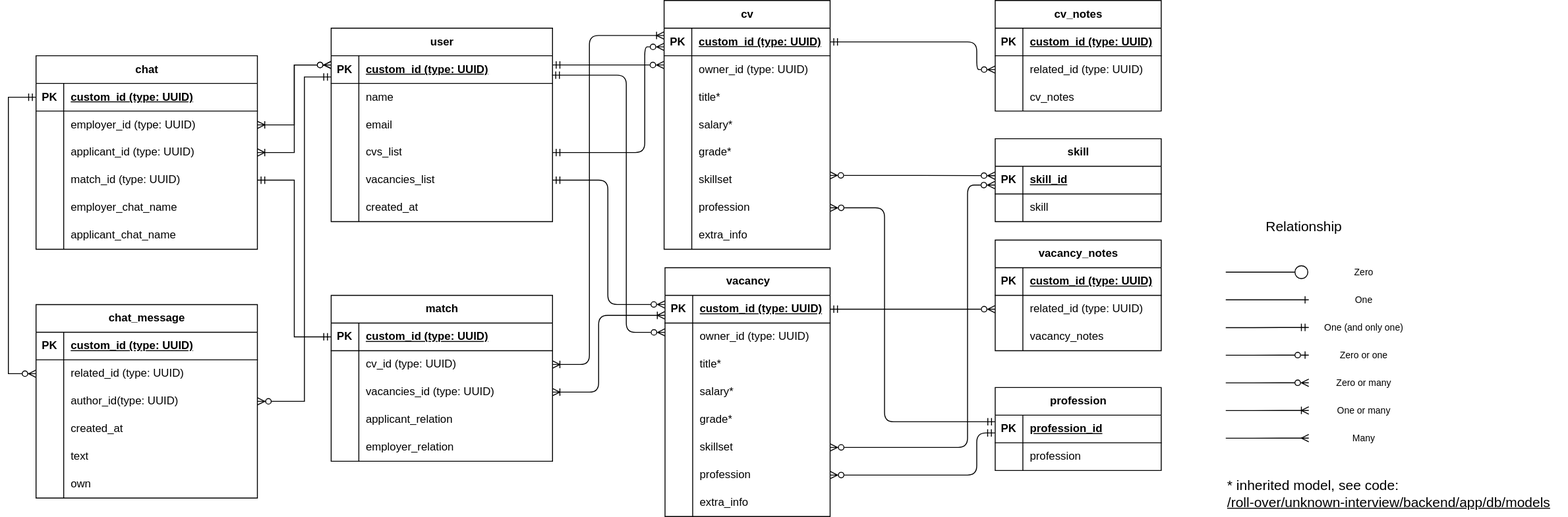
Before: backend/README/diagrams/schemadb.svg, a diagram exported from draw.io (roll-over/unknown-interview). Source tidied: cells renumbered, new cells last; positions are measured from the earlier drawing's top-left corner, leaving out a move shared by most shapes.
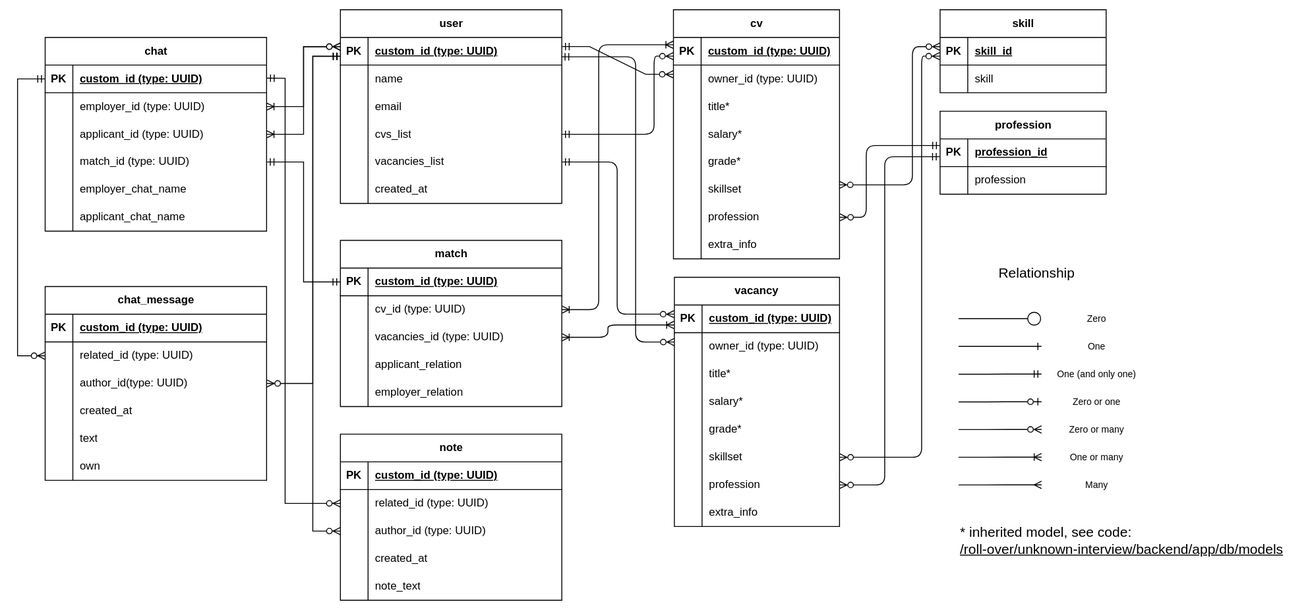
Above is the later version.

What changed in the source:
```diff
@@ -62,3 +62,3 @@
     <mxCell id="21" value="cv" style="shape=table;startSize=30;rowLines=0;fontStyle=1;align=center;html=1;" parent="1" vertex="1">
-      <mxGeometry x="711" width="180" height="270" as="geometry" />
+      <mxGeometry x="711" y="30" width="180" height="270" as="geometry" />
     </mxCell>
@@ -137,3 +137,3 @@
     <mxCell id="46" value="vacancy" style="shape=table;startSize=30;rowLines=0;fontStyle=1;align=center;html=1;" parent="1" vertex="1">
-      <mxGeometry x="712" y="290" width="179" height="270" as="geometry" />
+      <mxGeometry x="712" y="320" width="179" height="270" as="geometry" />
     </mxCell>
@@ -211,7 +211,7 @@
     </mxCell>
-    <mxCell id="71" value="cv_notes" style="shape=table;startSize=30;rowLines=0;fontStyle=1;align=center;html=1;" parent="1" vertex="1">
-      <mxGeometry x="1070" width="180" height="120" as="geometry" />
+    <mxCell id="71" value="note" style="shape=table;startSize=30;rowLines=0;fontStyle=1;align=center;html=1;" parent="1" vertex="1">
+      <mxGeometry x="350" y="490" width="240" height="180" as="geometry" />
     </mxCell>
     <mxCell id="72" style="shape=tableRow;horizontal=0;startSize=0;swimlaneHead=0;swimlaneBody=0;fillColor=none;top=0;left=0;right=0;bottom=1;" parent="71" vertex="1">
-      <mxGeometry y="30" width="180" height="30" as="geometry" />
+      <mxGeometry y="30" width="240" height="30" as="geometry" />
     </mxCell>
@@ -221,6 +221,6 @@
     <mxCell id="74" value="custom_id (type:&amp;nbsp;UUID)" style="shape=partialRectangle;fillColor=none;top=0;left=0;bottom=0;right=0;align=left;spacingLeft=6;fontStyle=5;overflow=hidden;whiteSpace=wrap;html=1;" parent="72" vertex="1">
-      <mxGeometry x="30" width="150" height="30" as="geometry" />
+      <mxGeometry x="30" width="210" height="30" as="geometry" />
     </mxCell>
     <mxCell id="75" style="shape=tableRow;horizontal=0;startSize=0;swimlaneHead=0;swimlaneBody=0;fillColor=none;points=[[0,0.5],[1,0.5]];portConstraint=eastwest;top=0;left=0;right=0;bottom=0;" parent="71" vertex="1">
-      <mxGeometry y="60" width="180" height="30" as="geometry" />
+      <mxGeometry y="60" width="240" height="30" as="geometry" />
     </mxCell>
@@ -230,6 +230,6 @@
     <mxCell id="77" value="related_id (type:&amp;nbsp;UUID)" style="shape=partialRectangle;fillColor=none;top=0;left=0;bottom=0;right=0;align=left;spacingLeft=6;overflow=hidden;whiteSpace=wrap;html=1;" parent="75" vertex="1">
-      <mxGeometry x="30" width="150" height="30" as="geometry" />
+      <mxGeometry x="30" width="210" height="30" as="geometry" />
     </mxCell>
     <mxCell id="78" style="shape=tableRow;horizontal=0;startSize=0;swimlaneHead=0;swimlaneBody=0;fillColor=none;points=[[0,0.5],[1,0.5]];portConstraint=eastwest;top=0;left=0;right=0;bottom=0;" parent="71" vertex="1">
-      <mxGeometry y="90" width="180" height="30" as="geometry" />
+      <mxGeometry y="90" width="240" height="30" as="geometry" />
     </mxCell>
@@ -238,7 +238,25 @@
     </mxCell>
-    <mxCell id="80" value="cv_notes" style="shape=partialRectangle;fillColor=none;top=0;left=0;bottom=0;right=0;align=left;spacingLeft=6;overflow=hidden;whiteSpace=wrap;html=1;" parent="78" vertex="1">
-      <mxGeometry x="30" width="150" height="30" as="geometry" />
+    <mxCell id="80" value="author_id (type: UUID)" style="shape=partialRectangle;fillColor=none;top=0;left=0;bottom=0;right=0;align=left;spacingLeft=6;overflow=hidden;whiteSpace=wrap;html=1;" parent="78" vertex="1">
+      <mxGeometry x="30" width="210" height="30" as="geometry" />
     </mxCell>
+    <mxCell id="193" style="shape=tableRow;horizontal=0;startSize=0;swimlaneHead=0;swimlaneBody=0;fillColor=none;top=0;left=0;right=0;bottom=0;" parent="71" vertex="1">
+      <mxGeometry y="120" width="240" height="30" as="geometry" />
+    </mxCell>
+    <mxCell id="194" style="shape=partialRectangle;fillColor=none;top=0;left=0;bottom=0;right=0;overflow=hidden;whiteSpace=wrap;html=1;" parent="193" vertex="1">
+      <mxGeometry width="30" height="30" as="geometry" />
+    </mxCell>
+    <mxCell id="195" value="created_at" style="shape=partialRectangle;fillColor=none;top=0;left=0;bottom=0;right=0;align=left;spacingLeft=6;overflow=hidden;whiteSpace=wrap;html=1;" parent="193" vertex="1">
+      <mxGeometry x="30" width="210" height="30" as="geometry" />
+    </mxCell>
+    <mxCell id="196" style="shape=tableRow;horizontal=0;startSize=0;swimlaneHead=0;swimlaneBody=0;fillColor=none;top=0;left=0;right=0;bottom=0;" parent="71" vertex="1">
+      <mxGeometry y="150" width="240" height="30" as="geometry" />
+    </mxCell>
+    <mxCell id="197" style="shape=partialRectangle;fillColor=none;top=0;left=0;bottom=0;right=0;overflow=hidden;whiteSpace=wrap;html=1;" parent="196" vertex="1">
+      <mxGeometry width="30" height="30" as="geometry" />
+    </mxCell>
+    <mxCell id="198" value="note_text" style="shape=partialRectangle;fillColor=none;top=0;left=0;bottom=0;right=0;align=left;spacingLeft=6;overflow=hidden;whiteSpace=wrap;html=1;" parent="196" vertex="1">
+      <mxGeometry x="30" width="210" height="30" as="geometry" />
+    </mxCell>
     <mxCell id="81" value="skill" style="shape=table;startSize=30;rowLines=0;fontStyle=1;align=center;html=1;" parent="1" vertex="1">
-      <mxGeometry x="1070" y="150" width="180" height="90" as="geometry" />
+      <mxGeometry x="1000" y="30" width="180" height="90" as="geometry" />
     </mxCell>
@@ -263,3 +281,3 @@
     <mxCell id="88" value="profession" style="shape=table;startSize=30;rowLines=0;fontStyle=1;align=center;html=1;" parent="1" vertex="1">
-      <mxGeometry x="1070" y="420" width="180" height="90" as="geometry" />
+      <mxGeometry x="1000" y="140" width="180" height="90" as="geometry" />
     </mxCell>
@@ -286,3 +304,3 @@
         <Array as="points">
-          <mxPoint x="1050" y="500" />
+          <mxPoint x="940" y="440" />
         </Array>
@@ -293,3 +311,3 @@
         <Array as="points">
-          <mxPoint x="950" y="365" />
+          <mxPoint x="920" y="180" />
         </Array>
@@ -300,3 +318,3 @@
         <Array as="points">
-          <mxPoint x="1040" y="420" />
+          <mxPoint x="980" y="370" />
         </Array>
@@ -305,46 +323,10 @@
     <mxCell id="98" style="edgeStyle=elbowEdgeStyle;fontSize=12;html=1;endArrow=ERzeroToMany;rounded=1;entryX=-0.001;entryY=0.336;entryDx=0;entryDy=0;entryPerimeter=0;exitX=0.998;exitY=0.328;exitDx=0;exitDy=0;endFill=0;startArrow=ERzeroToMany;startFill=0;exitPerimeter=0;" parent="1" edge="1" source="37" target="82">
-      <mxGeometry relative="1" as="geometry" />
+      <mxGeometry relative="1" as="geometry">
+        <Array as="points">
+          <mxPoint x="970" y="230" />
+        </Array>
+      </mxGeometry>
     </mxCell>
-    <mxCell id="99" style="fontSize=12;html=1;endArrow=ERzeroToMany;rounded=1;exitX=1;exitY=0.5;exitDx=0;exitDy=0;startArrow=ERmandOne;startFill=0;endFill=0;edgeStyle=elbowEdgeStyle;entryX=0;entryY=0.5;entryDx=0;entryDy=0;" parent="1" edge="1" source="22" target="75">
-      <mxGeometry relative="1" as="geometry">
-        <Array as="points">
-          <mxPoint x="1050" y="50" />
-        </Array>
-      </mxGeometry>
-    </mxCell>
-    <mxCell id="100" value="vacancy_notes" style="shape=table;startSize=30;rowLines=0;fontStyle=1;align=center;html=1;" parent="1" vertex="1">
-      <mxGeometry x="1070" y="260" width="180" height="120" as="geometry" />
-    </mxCell>
-    <mxCell id="101" style="shape=tableRow;horizontal=0;startSize=0;swimlaneHead=0;swimlaneBody=0;fillColor=none;top=0;left=0;right=0;bottom=1;" parent="100" vertex="1">
-      <mxGeometry y="30" width="180" height="30" as="geometry" />
-    </mxCell>
-    <mxCell id="102" value="PK" style="shape=partialRectangle;fillColor=none;top=0;left=0;bottom=0;right=0;fontStyle=1;overflow=hidden;whiteSpace=wrap;html=1;" parent="101" vertex="1">
-      <mxGeometry width="30" height="30" as="geometry" />
-    </mxCell>
-    <mxCell id="103" value="custom_id (type:&amp;nbsp;UUID)" style="shape=partialRectangle;fillColor=none;top=0;left=0;bottom=0;right=0;align=left;spacingLeft=6;fontStyle=5;overflow=hidden;whiteSpace=wrap;html=1;" parent="101" vertex="1">
-      <mxGeometry x="30" width="150" height="30" as="geometry" />
-    </mxCell>
-    <mxCell id="104" style="shape=tableRow;horizontal=0;startSize=0;swimlaneHead=0;swimlaneBody=0;fillColor=none;points=[[0,0.5],[1,0.5]];portConstraint=eastwest;top=0;left=0;right=0;bottom=0;" parent="100" vertex="1">
-      <mxGeometry y="60" width="180" height="30" as="geometry" />
-    </mxCell>
-    <mxCell id="105" style="shape=partialRectangle;fillColor=none;top=0;left=0;bottom=0;right=0;overflow=hidden;whiteSpace=wrap;html=1;" parent="104" vertex="1">
-      <mxGeometry width="30" height="30" as="geometry" />
-    </mxCell>
-    <mxCell id="106" value="related_id (type:&amp;nbsp;UUID)" style="shape=partialRectangle;fillColor=none;top=0;left=0;bottom=0;right=0;align=left;spacingLeft=6;overflow=hidden;whiteSpace=wrap;html=1;" parent="104" vertex="1">
-      <mxGeometry x="30" width="150" height="30" as="geometry" />
-    </mxCell>
-    <mxCell id="107" style="shape=tableRow;horizontal=0;startSize=0;swimlaneHead=0;swimlaneBody=0;fillColor=none;top=0;left=0;right=0;bottom=0;" parent="100" vertex="1">
-      <mxGeometry y="90" width="180" height="30" as="geometry" />
-    </mxCell>
-    <mxCell id="108" style="shape=partialRectangle;fillColor=none;top=0;left=0;bottom=0;right=0;overflow=hidden;whiteSpace=wrap;html=1;" parent="107" vertex="1">
-      <mxGeometry width="30" height="30" as="geometry" />
-    </mxCell>
-    <mxCell id="109" value="vacancy_notes" style="shape=partialRectangle;fillColor=none;top=0;left=0;bottom=0;right=0;align=left;spacingLeft=6;overflow=hidden;whiteSpace=wrap;html=1;" parent="107" vertex="1">
-      <mxGeometry x="30" width="150" height="30" as="geometry" />
-    </mxCell>
-    <mxCell id="110" style="fontSize=12;html=1;endArrow=ERzeroToMany;rounded=1;startArrow=ERmandOne;startFill=0;endFill=0;edgeStyle=elbowEdgeStyle;entryX=0;entryY=0.5;entryDx=0;entryDy=0;exitX=1;exitY=0.5;exitDx=0;exitDy=0;" parent="1" edge="1" source="47" target="104">
-      <mxGeometry relative="1" as="geometry" />
-    </mxCell>
     <mxCell id="111" value="match" style="shape=table;startSize=30;rowLines=0;fontStyle=1;align=center;html=1;" parent="1" vertex="1">
-      <mxGeometry x="350" y="320" width="240" height="180" as="geometry" />
+      <mxGeometry x="350" y="280" width="240" height="180" as="geometry" />
     </mxCell>
@@ -411,4 +393,4 @@
       <mxGeometry relative="1" as="geometry">
-        <mxPoint x="1320" y="294.8" as="sourcePoint" />
-        <mxPoint x="1410" y="294.8" as="targetPoint" />
+        <mxPoint x="1020" y="364.8" as="sourcePoint" />
+        <mxPoint x="1110" y="364.8" as="targetPoint" />
       </mxGeometry>
@@ -416,3 +398,3 @@
     <mxCell id="130" value="Zero" style="text;html=1;strokeColor=none;fillColor=none;align=center;verticalAlign=middle;whiteSpace=wrap;rounded=0;fontSize=10;" parent="1" vertex="1">
-      <mxGeometry x="1410" y="280" width="120" height="30" as="geometry" />
+      <mxGeometry x="1110" y="350" width="120" height="30" as="geometry" />
     </mxCell>
@@ -420,4 +402,4 @@
       <mxGeometry relative="1" as="geometry">
-        <mxPoint x="1320" y="475" as="sourcePoint" />
-        <mxPoint x="1410" y="474.9" as="targetPoint" />
+        <mxPoint x="1020" y="545" as="sourcePoint" />
+        <mxPoint x="1110" y="544.9" as="targetPoint" />
       </mxGeometry>
@@ -426,4 +408,4 @@
       <mxGeometry relative="1" as="geometry">
-        <mxPoint x="1320" y="355" as="sourcePoint" />
-        <mxPoint x="1410" y="354.8" as="targetPoint" />
+        <mxPoint x="1020" y="425" as="sourcePoint" />
+        <mxPoint x="1110" y="424.8" as="targetPoint" />
       </mxGeometry>
@@ -431,3 +413,3 @@
     <mxCell id="133" value="One (and only one)" style="text;html=1;strokeColor=none;fillColor=none;align=center;verticalAlign=middle;whiteSpace=wrap;rounded=0;fontSize=10;" parent="1" vertex="1">
-      <mxGeometry x="1415" y="340" width="110" height="30" as="geometry" />
+      <mxGeometry x="1115" y="410" width="110" height="30" as="geometry" />
     </mxCell>
@@ -435,4 +417,4 @@
       <mxGeometry relative="1" as="geometry">
-        <mxPoint x="1320" y="324.8" as="sourcePoint" />
-        <mxPoint x="1410" y="324.8" as="targetPoint" />
+        <mxPoint x="1020" y="394.8" as="sourcePoint" />
+        <mxPoint x="1110" y="394.8" as="targetPoint" />
       </mxGeometry>
@@ -440,3 +422,3 @@
     <mxCell id="135" value="One" style="text;html=1;strokeColor=none;fillColor=none;align=center;verticalAlign=middle;whiteSpace=wrap;rounded=0;fontSize=10;" parent="1" vertex="1">
-      <mxGeometry x="1410" y="310" width="120" height="30" as="geometry" />
+      <mxGeometry x="1110" y="380" width="120" height="30" as="geometry" />
     </mxCell>
@@ -444,4 +426,4 @@
       <mxGeometry relative="1" as="geometry">
-        <mxPoint x="1320" y="445" as="sourcePoint" />
-        <mxPoint x="1410" y="444.9" as="targetPoint" />
+        <mxPoint x="1020" y="515" as="sourcePoint" />
+        <mxPoint x="1110" y="514.9" as="targetPoint" />
       </mxGeometry>
@@ -449,12 +431,12 @@
     <mxCell id="137" value="* inherited model, see code:&amp;nbsp;&lt;br&gt;&lt;u&gt;/roll-over/unknown-interview/backend/app/db/models&lt;/u&gt;" style="text;html=1;strokeColor=none;fillColor=none;align=left;verticalAlign=middle;whiteSpace=wrap;rounded=0;fontSize=15;" parent="1" vertex="1">
-      <mxGeometry x="1320" y="510" width="370" height="50" as="geometry" />
+      <mxGeometry x="1020" y="580" width="370" height="50" as="geometry" />
     </mxCell>
     <mxCell id="138" value="Relationship" style="text;html=1;strokeColor=none;fillColor=none;align=center;verticalAlign=middle;whiteSpace=wrap;rounded=0;fontSize=15;" parent="1" vertex="1">
-      <mxGeometry x="1375" y="230" width="60" height="30" as="geometry" />
+      <mxGeometry x="1075" y="300" width="60" height="30" as="geometry" />
     </mxCell>
     <mxCell id="139" value="Many" style="text;html=1;strokeColor=none;fillColor=none;align=center;verticalAlign=middle;whiteSpace=wrap;rounded=0;fontSize=10;" parent="1" vertex="1">
-      <mxGeometry x="1410" y="460" width="120" height="30" as="geometry" />
+      <mxGeometry x="1110" y="530" width="120" height="30" as="geometry" />
     </mxCell>
     <mxCell id="140" value="One or many" style="text;html=1;strokeColor=none;fillColor=none;align=center;verticalAlign=middle;whiteSpace=wrap;rounded=0;fontSize=10;" parent="1" vertex="1">
-      <mxGeometry x="1410" y="430" width="120" height="30" as="geometry" />
+      <mxGeometry x="1110" y="500" width="120" height="30" as="geometry" />
     </mxCell>
@@ -478,2 +460,8 @@
         <mxPoint x="590" y="70" as="sourcePoint" />
+        <Array as="points">
+          <mxPoint x="630" y="70" />
+          <mxPoint x="630" y="90" />
+          <mxPoint x="670" y="100" />
+          <mxPoint x="630" y="90" />
+        </Array>
       </mxGeometry>
@@ -489,3 +477,3 @@
     <mxCell id="145" value="Zero or many" style="text;html=1;strokeColor=none;fillColor=none;align=center;verticalAlign=middle;whiteSpace=wrap;rounded=0;fontSize=10;" parent="1" vertex="1">
-      <mxGeometry x="1410" y="400" width="120" height="30" as="geometry" />
+      <mxGeometry x="1110" y="470" width="120" height="30" as="geometry" />
     </mxCell>
@@ -493,4 +481,4 @@
       <mxGeometry relative="1" as="geometry">
-        <mxPoint x="1320" y="415" as="sourcePoint" />
-        <mxPoint x="1410" y="414.8" as="targetPoint" />
+        <mxPoint x="1020" y="485" as="sourcePoint" />
+        <mxPoint x="1110" y="484.8" as="targetPoint" />
       </mxGeometry>
@@ -499,4 +487,4 @@
       <mxGeometry relative="1" as="geometry">
-        <mxPoint x="1320" y="385" as="sourcePoint" />
-        <mxPoint x="1410" y="384.8" as="targetPoint" />
+        <mxPoint x="1020" y="455" as="sourcePoint" />
+        <mxPoint x="1110" y="454.8" as="targetPoint" />
       </mxGeometry>
@@ -504,3 +492,3 @@
     <mxCell id="148" value="Zero or one" style="text;html=1;strokeColor=none;fillColor=none;align=center;verticalAlign=middle;whiteSpace=wrap;rounded=0;fontSize=10;" parent="1" vertex="1">
-      <mxGeometry x="1415" y="370" width="110" height="30" as="geometry" />
+      <mxGeometry x="1115" y="440" width="110" height="30" as="geometry" />
     </mxCell>
@@ -654,7 +642,7 @@
     </mxCell>
-    <mxCell id="192" style="edgeStyle=orthogonalEdgeStyle;fontSize=12;html=1;endArrow=ERzeroToMany;startArrow=ERmandOne;rounded=0;entryX=1;entryY=0.5;entryDx=0;entryDy=0;" parent="1" edge="1" source="3" target="168">
+    <mxCell id="192" style="edgeStyle=orthogonalEdgeStyle;fontSize=12;html=1;endArrow=ERzeroToMany;startArrow=ERmandOne;rounded=0;entryX=1;entryY=0.5;entryDx=0;entryDy=0;exitX=0.002;exitY=0.69;exitDx=0;exitDy=0;exitPerimeter=0;" parent="1" edge="1" source="3" target="168">
       <mxGeometry relative="1" as="geometry">
         <Array as="points">
-          <mxPoint x="321" y="83" />
-          <mxPoint x="321" y="435" />
+          <mxPoint x="320" y="81" />
+          <mxPoint x="320" y="435" />
         </Array>
@@ -662,2 +650,19 @@
     </mxCell>
+    <mxCell id="199" style="fontSize=12;html=1;endArrow=ERzeroToMany;startArrow=ERmandOne;rounded=0;edgeStyle=orthogonalEdgeStyle;exitX=1.001;exitY=0.472;exitDx=0;exitDy=0;exitPerimeter=0;entryX=0;entryY=0.5;entryDx=0;entryDy=0;" parent="1" edge="1" source="150" target="75">
+      <mxGeometry relative="1" as="geometry">
+        <Array as="points">
+          <mxPoint x="290" y="104" />
+          <mxPoint x="290" y="565" />
+        </Array>
+      </mxGeometry>
+    </mxCell>
+    <mxCell id="200" style="edgeStyle=orthogonalEdgeStyle;fontSize=12;html=1;endArrow=ERzeroToMany;startArrow=ERmandOne;rounded=0;exitX=0.002;exitY=0.682;exitDx=0;exitDy=0;exitPerimeter=0;entryX=0;entryY=0.5;entryDx=0;entryDy=0;" parent="1" edge="1" target="78">
+      <mxGeometry relative="1" as="geometry">
+        <mxPoint x="350" y="80.5" as="sourcePoint" />
+        <Array as="points">
+          <mxPoint x="320" y="81" />
+          <mxPoint x="320" y="595" />
+        </Array>
+      </mxGeometry>
+    </mxCell>
   </root>
```
